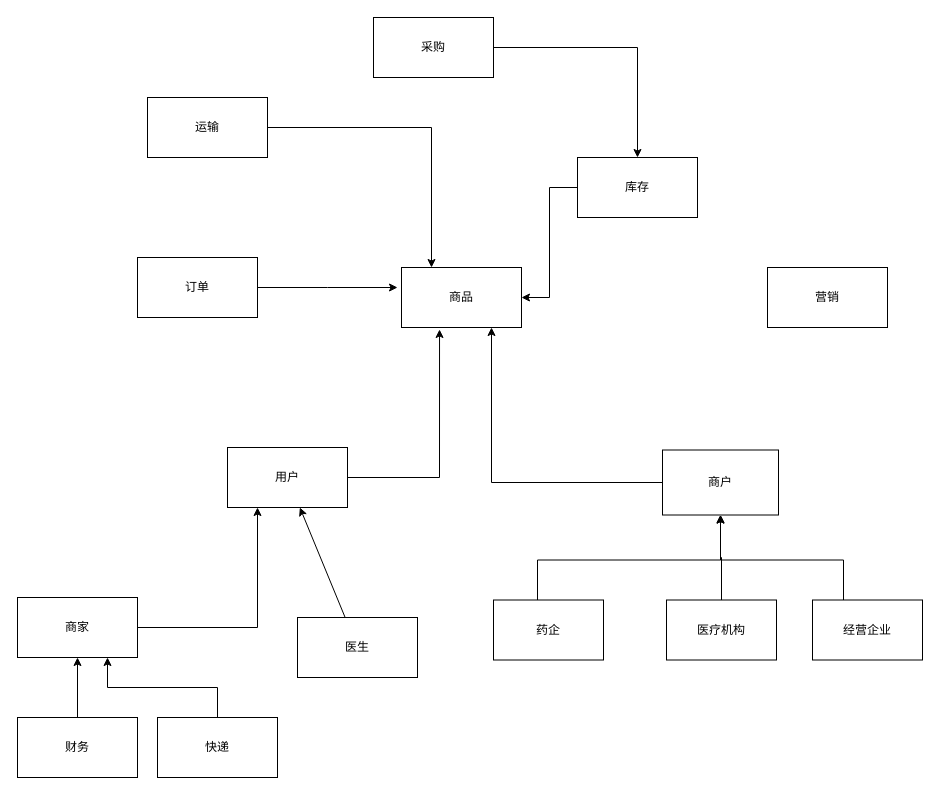
evilbinary/data keeps this draw.io diagram as ddd.drawio. Above is the earlier version. Source tidied: cells renumbered, new cells numbered last; positions are measured from the earlier drawing's top-left corner, leaving out a move shared by most shapes. Both pictures are drawn from the tidied source at 100%, with x=0, y=0 at pixel (17, 17).
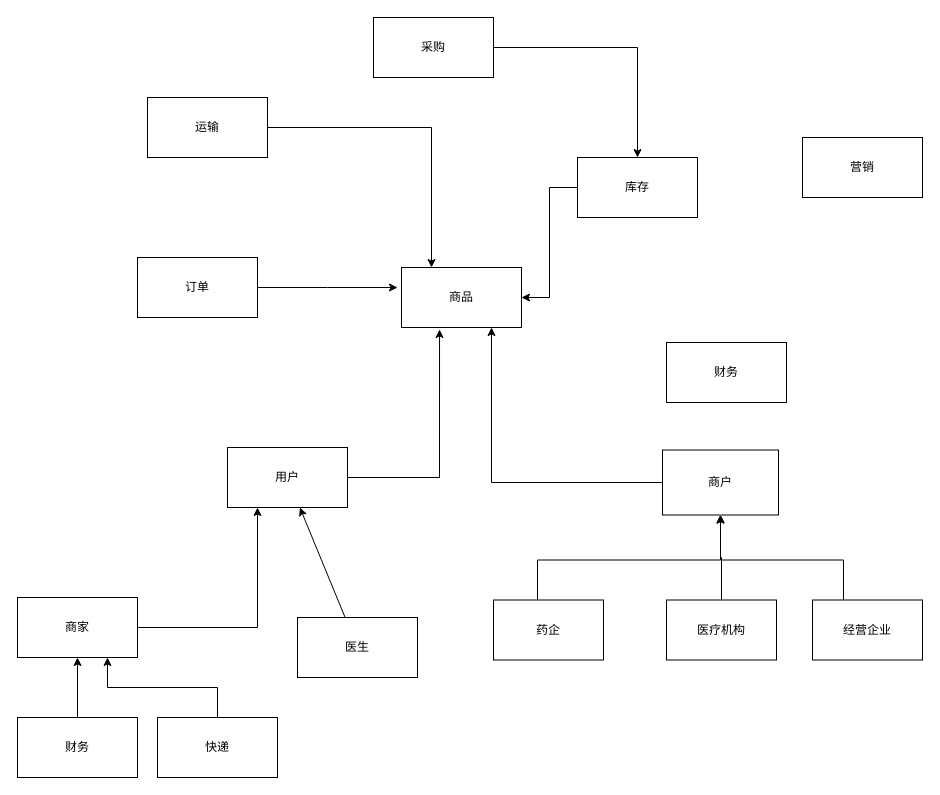
The same diagram, later.

Diff of the diagram source:
```diff
@@
     <mxCell id="21" value="营销" style="rounded=0;whiteSpace=wrap;html=1;" parent="1" vertex="1">
-      <mxGeometry x="750" y="250" width="120" height="60" as="geometry" />
+      <mxGeometry x="785" y="120" width="120" height="60" as="geometry" />
     </mxCell>
@@
+    <mxCell id="30" value="财务" style="rounded=0;whiteSpace=wrap;html=1;" parent="1" vertex="1">
+      <mxGeometry x="649" y="325" width="120" height="60" as="geometry" />
+    </mxCell>
```
